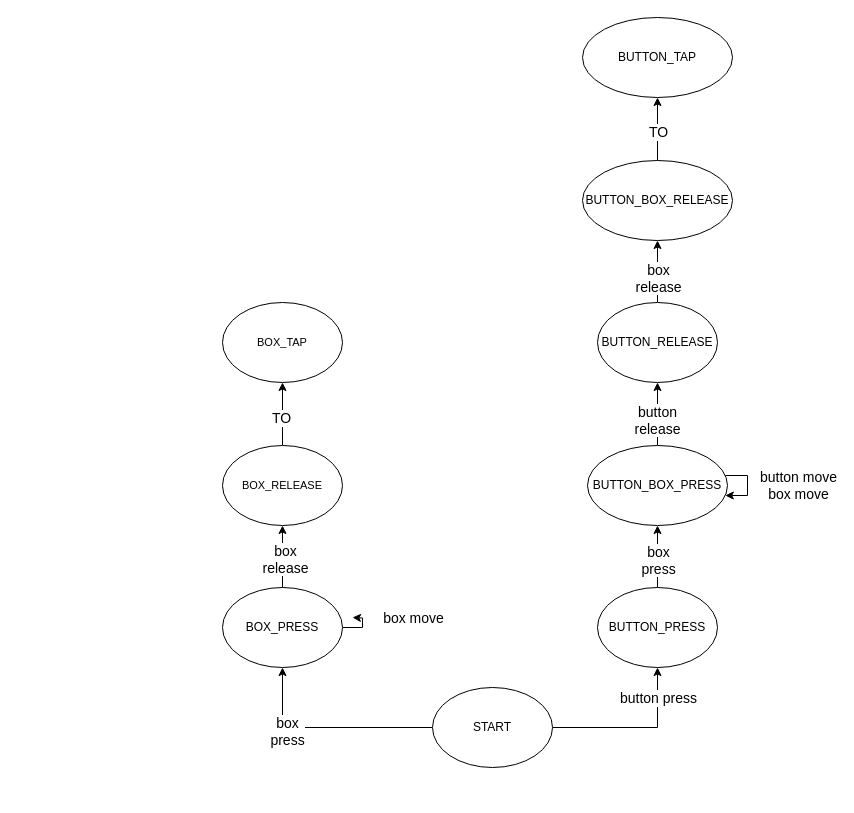
kushnertodd/android-adaptive-ui keeps this draw.io diagram as page "states-1" (1 of 5) of doc/screen.drawio. Above is the earlier version. Source tidied: cells renumbered, new cells numbered last; positions are measured from the earlier drawing's top-left corner, leaving out a move shared by most shapes. Both pictures are drawn from the tidied source at 100%, with x=0, y=0 at pixel (222, 17).
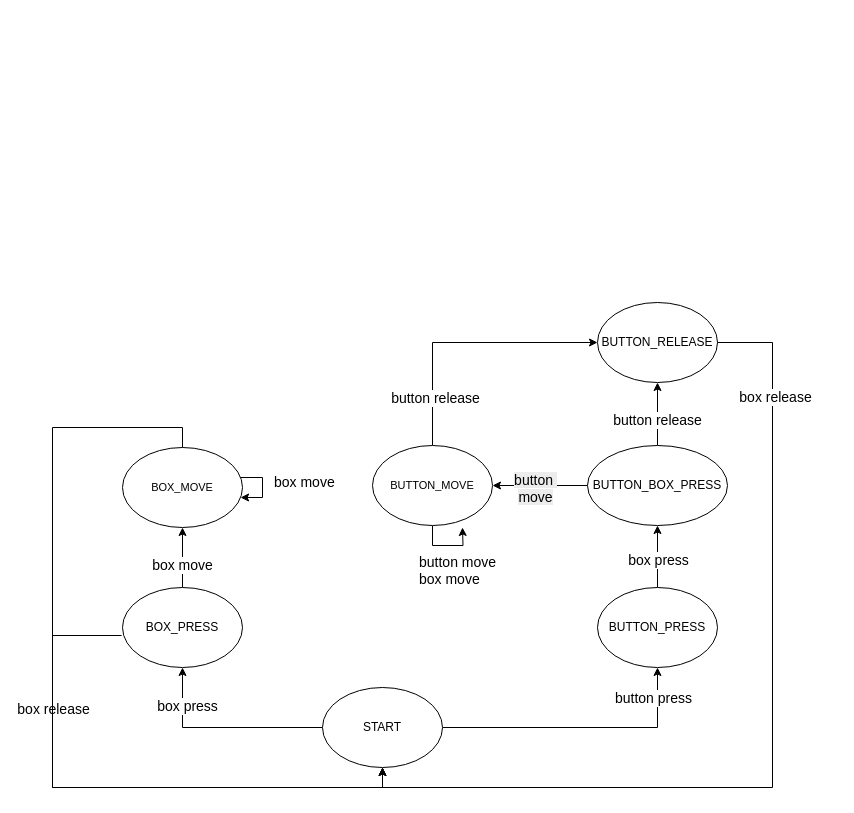
Above is the later version.

The change refers to these unchanged cells:
```xml
<mxCell id="2" style="edgeStyle=orthogonalEdgeStyle;rounded=0;jettySize=auto;html=1;" parent="1" edge="1" source="6" target="9">
  <mxGeometry relative="1" as="geometry" />
</mxCell>
<mxCell id="4" style="edgeStyle=orthogonalEdgeStyle;rounded=0;jettySize=auto;html=1;" parent="1" edge="1" source="6" target="17">
  <mxGeometry relative="1" as="geometry" />
</mxCell>
<mxCell id="7" style="edgeStyle=orthogonalEdgeStyle;rounded=0;jettySize=auto;html=1;" parent="1" edge="1" source="9" target="21">
  <mxGeometry relative="1" as="geometry" />
</mxCell>
<mxCell id="12" value="&lt;span style=&quot;text-align: left;&quot;&gt;BUTTON_RELEASE&lt;/span&gt;" style="ellipse;whiteSpace=wrap;html=1;" parent="1" vertex="1">
  <mxGeometry x="375" y="285" width="120" height="80" as="geometry" />
</mxCell>
<mxCell id="18" style="edgeStyle=orthogonalEdgeStyle;rounded=0;jettySize=auto;html=1;" parent="1" edge="1" source="21" target="12">
  <mxGeometry relative="1" as="geometry" />
</mxCell>
<mxCell id="21" value="&lt;font style=&quot;font-size: 12px;&quot;&gt;&lt;span style=&quot;text-align: left;&quot;&gt;&lt;font style=&quot;&quot;&gt;BUTTON_&lt;/font&gt;&lt;/span&gt;&lt;span style=&quot;text-align: left;&quot;&gt;BOX_&lt;/span&gt;&lt;span style=&quot;text-align: left;&quot;&gt;&lt;font style=&quot;&quot;&gt;PRESS&lt;/font&gt;&lt;/span&gt;&lt;/font&gt;" style="ellipse;whiteSpace=wrap;html=1;" parent="1" vertex="1">
  <mxGeometry x="365" y="428" width="140" height="80" as="geometry" />
</mxCell>
```

The edit, as a diff of the source:
```diff
@@
     <mxCell id="3" value="&lt;font style=&quot;font-size: 14px;&quot;&gt;button press&lt;/font&gt;" style="edgeLabel;html=1;align=center;verticalAlign=middle;" parent="2" vertex="1">
       <mxGeometry x="0.44" relative="1" as="geometry">
-        <mxPoint y="-16" as="offset" />
+        <mxPoint x="12" y="-30" as="offset" />
       </mxGeometry>
     </mxCell>
@@
-    <mxCell id="5" value="&lt;span style=&quot;font-size: 14px;&quot;&gt;box&lt;/span&gt;&lt;br style=&quot;font-size: 14px;&quot;&gt;&lt;span style=&quot;font-size: 14px;&quot;&gt;press&lt;/span&gt;" style="edgeLabel;html=1;align=center;verticalAlign=middle;" parent="4" vertex="1">
+    <mxCell id="5" value="&lt;span style=&quot;font-size: 14px;&quot;&gt;box&amp;nbsp;&lt;/span&gt;&lt;span style=&quot;font-size: 14px;&quot;&gt;press&lt;/span&gt;" style="edgeLabel;html=1;align=center;verticalAlign=middle;" parent="4" vertex="1">
       <mxGeometry x="0.5" y="-2" relative="1" as="geometry">
-        <mxPoint x="2" y="11" as="offset" />
+        <mxPoint x="2" y="-12" as="offset" />
       </mxGeometry>
     </mxCell>
     <mxCell id="6" value="&lt;span style=&quot;text-align: left;&quot;&gt;START&lt;/span&gt;" style="ellipse;whiteSpace=wrap;html=1;" parent="1" vertex="1">
-      <mxGeometry x="210" y="670" width="120" height="80" as="geometry" />
+      <mxGeometry x="100" y="670" width="120" height="80" as="geometry" />
     </mxCell>
@@
-    <mxCell id="8" value="&lt;span style=&quot;font-size: 14px;&quot;&gt;box&lt;br&gt;press&lt;/span&gt;" style="edgeLabel;html=1;align=center;verticalAlign=middle;" parent="7" vertex="1">
+    <mxCell id="8" value="&lt;span style=&quot;font-size: 14px;&quot;&gt;box press&lt;/span&gt;" style="edgeLabel;html=1;align=center;verticalAlign=middle;" parent="7" vertex="1">
       <mxGeometry x="-0.11" relative="1" as="geometry" />
     </mxCell>
@@
-    <mxCell id="10" style="edgeStyle=orthogonalEdgeStyle;rounded=0;jettySize=auto;html=1;" parent="1" edge="1" source="12" target="27">
-      <mxGeometry relative="1" as="geometry" />
-    </mxCell>
-    <mxCell id="11" value="&lt;span style=&quot;font-size: 14px;&quot;&gt;box&lt;br&gt;release&lt;/span&gt;" style="edgeLabel;html=1;align=center;verticalAlign=middle;" parent="10" vertex="1">
-      <mxGeometry x="-0.32" y="1" relative="1" as="geometry">
-        <mxPoint x="1" y="-4" as="offset" />
-      </mxGeometry>
-    </mxCell>
@@
-    <mxCell id="13" style="edgeStyle=orthogonalEdgeStyle;rounded=0;jettySize=auto;html=1;" parent="1" edge="1" source="17" target="24">
-      <mxGeometry relative="1" as="geometry" />
-    </mxCell>
-    <mxCell id="14" value="&lt;span style=&quot;font-size: 14px;&quot;&gt;box&lt;/span&gt;&lt;br style=&quot;font-size: 14px;&quot;&gt;&lt;span style=&quot;font-size: 14px;&quot;&gt;release&lt;/span&gt;" style="edgeLabel;html=1;align=center;verticalAlign=middle;" parent="13" vertex="1">
-      <mxGeometry x="-0.07" y="-2" relative="1" as="geometry" />
-    </mxCell>
-    <mxCell id="15" style="edgeStyle=orthogonalEdgeStyle;rounded=0;jettySize=auto;html=1;" parent="1" edge="1" source="17">
-      <mxGeometry relative="1" as="geometry">
-        <mxPoint x="130" y="600" as="targetPoint" />
-      </mxGeometry>
-    </mxCell>
+    <mxCell id="32" style="edgeStyle=orthogonalEdgeStyle;rounded=0;jettySize=auto;html=1;" parent="1" edge="1" source="17" target="40">
+      <mxGeometry relative="1" as="geometry" />
+    </mxCell>
-    <mxCell id="16" value="&lt;span style=&quot;font-size: 14px;&quot;&gt;box move&lt;/span&gt;" style="edgeLabel;html=1;align=center;verticalAlign=middle;" parent="15" vertex="1">
-      <mxGeometry x="-0.03" relative="1" as="geometry">
-        <mxPoint x="51" y="-10" as="offset" />
-      </mxGeometry>
+    <mxCell id="16" value="&lt;span style=&quot;font-size: 14px;&quot;&gt;box move&lt;/span&gt;" style="edgeLabel;html=1;align=center;verticalAlign=middle;" parent="32" vertex="1">
+      <mxGeometry x="-0.25" y="1" relative="1" as="geometry" />
     </mxCell>
     <mxCell id="17" value="&lt;span style=&quot;text-align: left;&quot;&gt;BOX_PRESS&lt;/span&gt;" style="ellipse;whiteSpace=wrap;html=1;" parent="1" vertex="1">
-      <mxGeometry y="570" width="120" height="80" as="geometry" />
+      <mxGeometry x="-100" y="570" width="120" height="80" as="geometry" />
     </mxCell>
@@
-    <mxCell id="19" value="&lt;span style=&quot;font-size: 14px;&quot;&gt;button&lt;br&gt;release&lt;/span&gt;" style="edgeLabel;html=1;align=center;verticalAlign=middle;" parent="18" vertex="1">
+    <mxCell id="19" value="&lt;span style=&quot;font-size: 14px;&quot;&gt;button release&lt;/span&gt;" style="edgeLabel;html=1;align=center;verticalAlign=middle;" parent="18" vertex="1">
       <mxGeometry x="-0.16" y="1" relative="1" as="geometry" />
     </mxCell>
@@
+    <mxCell id="33" style="edgeStyle=orthogonalEdgeStyle;rounded=0;jettySize=auto;html=1;entryX=1;entryY=0.5;entryDx=0;entryDy=0;" parent="1" edge="1" source="21" target="46">
+      <mxGeometry relative="1" as="geometry" />
+    </mxCell>
+    <mxCell id="34" value="&lt;span style=&quot;font-size: 14px; background-color: rgb(236, 236, 236);&quot;&gt;button&amp;nbsp;&lt;/span&gt;&lt;div&gt;&lt;span style=&quot;font-size: 14px; background-color: rgb(236, 236, 236);&quot;&gt;move&lt;/span&gt;&lt;/div&gt;" style="edgeLabel;html=1;align=center;verticalAlign=middle;" parent="33" vertex="1">
+      <mxGeometry x="0.12" y="2" relative="1" as="geometry" />
+    </mxCell>
@@
-    <mxCell id="22" style="edgeStyle=orthogonalEdgeStyle;rounded=0;jettySize=auto;html=1;" parent="1" edge="1" source="24" target="29">
-      <mxGeometry relative="1" as="geometry" />
-    </mxCell>
-    <mxCell id="23" value="&lt;span style=&quot;font-size: 14px;&quot;&gt;TO&lt;/span&gt;" style="edgeLabel;html=1;align=center;verticalAlign=middle;" parent="22" vertex="1">
-      <mxGeometry x="-0.12" y="2" relative="1" as="geometry" />
-    </mxCell>
-    <mxCell id="24" value="&lt;span style=&quot;text-align: left;&quot;&gt;&lt;font style=&quot;font-size: 11px;&quot;&gt;BOX_RELEASE&lt;/font&gt;&lt;/span&gt;" style="ellipse;whiteSpace=wrap;html=1;" parent="1" vertex="1">
-      <mxGeometry y="428" width="120" height="80" as="geometry" />
-    </mxCell>
-    <mxCell id="25" style="edgeStyle=orthogonalEdgeStyle;rounded=0;jettySize=auto;html=1;" parent="1" edge="1" source="27" target="28">
-      <mxGeometry relative="1" as="geometry" />
-    </mxCell>
-    <mxCell id="26" value="&lt;span style=&quot;font-size: 14px;&quot;&gt;TO&lt;/span&gt;" style="edgeLabel;html=1;align=center;verticalAlign=middle;" parent="25" vertex="1">
-      <mxGeometry x="-0.08" relative="1" as="geometry" />
-    </mxCell>
-    <mxCell id="27" value="&lt;font style=&quot;font-size: 12px;&quot;&gt;&lt;span style=&quot;text-align: left;&quot;&gt;&lt;font style=&quot;&quot;&gt;BUTTON_&lt;/font&gt;&lt;/span&gt;&lt;span style=&quot;text-align: left;&quot;&gt;BOX_&lt;/span&gt;&lt;span style=&quot;text-align: left;&quot;&gt;&lt;font style=&quot;&quot;&gt;RELEASE&lt;/font&gt;&lt;/span&gt;&lt;/font&gt;" style="ellipse;whiteSpace=wrap;html=1;" parent="1" vertex="1">
-      <mxGeometry x="360" y="143" width="150" height="80" as="geometry" />
-    </mxCell>
-    <mxCell id="28" value="&lt;font style=&quot;font-size: 12px;&quot;&gt;&lt;span style=&quot;text-align: left;&quot;&gt;&lt;font style=&quot;&quot;&gt;BUTTON_TAP&lt;/font&gt;&lt;/span&gt;&lt;/font&gt;" style="ellipse;whiteSpace=wrap;html=1;" parent="1" vertex="1">
-      <mxGeometry x="360" width="150" height="80" as="geometry" />
-    </mxCell>
-    <mxCell id="29" value="&lt;span style=&quot;text-align: left;&quot;&gt;&lt;font style=&quot;font-size: 11px;&quot;&gt;BOX_TAP&lt;/font&gt;&lt;/span&gt;" style="ellipse;whiteSpace=wrap;html=1;" parent="1" vertex="1">
-      <mxGeometry y="285" width="120" height="80" as="geometry" />
-    </mxCell>
-    <mxCell id="30" style="edgeStyle=orthogonalEdgeStyle;rounded=0;orthogonalLoop=1;jettySize=auto;html=1;" parent="1" edge="1" source="21" target="21">
-      <mxGeometry relative="1" as="geometry" />
-    </mxCell>
+    <mxCell id="35" style="edgeStyle=orthogonalEdgeStyle;rounded=0;jettySize=auto;html=1;entryX=0.5;entryY=1;entryDx=0;entryDy=0;exitX=-0.008;exitY=0.6;exitDx=0;exitDy=0;exitPerimeter=0;" parent="1" edge="1" source="17" target="6">
+      <mxGeometry relative="1" as="geometry">
+        <Array as="points">
+          <mxPoint x="-170" y="618" />
+          <mxPoint x="-170" y="770" />
+          <mxPoint x="160" y="770" />
+        </Array>
+      </mxGeometry>
+    </mxCell>
+    <mxCell id="36" value="&lt;span style=&quot;font-size: 14px;&quot;&gt;box&amp;nbsp;&lt;/span&gt;&lt;span style=&quot;font-size: 14px;&quot;&gt;release&lt;/span&gt;" style="edgeLabel;html=1;align=center;verticalAlign=middle;" parent="35" vertex="1">
+      <mxGeometry x="-0.5" relative="1" as="geometry" />
+    </mxCell>
+    <mxCell id="37" style="edgeStyle=orthogonalEdgeStyle;rounded=0;jettySize=auto;html=1;entryX=0.5;entryY=1;entryDx=0;entryDy=0;exitX=1;exitY=0.5;exitDx=0;exitDy=0;" parent="1" edge="1" source="12" target="6">
+      <mxGeometry relative="1" as="geometry">
+        <Array as="points">
+          <mxPoint x="550" y="325" />
+          <mxPoint x="550" y="770" />
+          <mxPoint x="160" y="770" />
+        </Array>
+      </mxGeometry>
+    </mxCell>
+    <mxCell id="38" value="&lt;span style=&quot;font-size: 14px;&quot;&gt;box release&lt;/span&gt;" style="edgeLabel;html=1;align=center;verticalAlign=middle;" parent="37" vertex="1">
+      <mxGeometry x="-0.76" y="2" relative="1" as="geometry" />
+    </mxCell>
+    <mxCell id="39" style="edgeStyle=orthogonalEdgeStyle;rounded=0;jettySize=auto;html=1;exitX=0.5;exitY=0;exitDx=0;exitDy=0;entryX=0.5;entryY=1;entryDx=0;entryDy=0;" parent="1" edge="1" source="40" target="6">
+      <mxGeometry relative="1" as="geometry">
+        <Array as="points">
+          <mxPoint x="-40" y="410" />
+          <mxPoint x="-170" y="410" />
+          <mxPoint x="-170" y="770" />
+          <mxPoint x="160" y="770" />
+        </Array>
+      </mxGeometry>
+    </mxCell>
+    <mxCell id="40" value="&lt;span style=&quot;text-align: left;&quot;&gt;&lt;font style=&quot;font-size: 11px;&quot;&gt;BOX_MOVE&lt;/font&gt;&lt;/span&gt;" style="ellipse;whiteSpace=wrap;html=1;" parent="1" vertex="1">
+      <mxGeometry x="-100" y="430" width="120" height="80" as="geometry" />
+    </mxCell>
+    <mxCell id="41" style="edgeStyle=orthogonalEdgeStyle;rounded=0;orthogonalLoop=1;jettySize=auto;html=1;" parent="1" edge="1" source="40" target="40">
+      <mxGeometry relative="1" as="geometry" />
+    </mxCell>
+    <mxCell id="42" value="&lt;span style=&quot;color: rgb(0, 0, 0); font-family: Helvetica; font-size: 14px; font-style: normal; font-variant-ligatures: normal; font-variant-caps: normal; font-weight: 400; letter-spacing: normal; orphans: 2; text-align: center; text-indent: 0px; text-transform: none; widows: 2; word-spacing: 0px; -webkit-text-stroke-width: 0px; white-space: nowrap; background-color: rgb(255, 255, 255); text-decoration-thickness: initial; text-decoration-style: initial; text-decoration-color: initial; display: inline !important; float: none;&quot;&gt;box move&lt;/span&gt;" style="text;whiteSpace=wrap;html=1;" parent="1" vertex="1">
+      <mxGeometry x="50" y="450" width="90" height="40" as="geometry" />
+    </mxCell>
-    <mxCell id="31" value="&lt;span style=&quot;font-size: 14px;&quot;&gt;button move&lt;/span&gt;&lt;br style=&quot;font-size: 14px;&quot;&gt;&lt;span style=&quot;font-size: 14px;&quot;&gt;box move&lt;/span&gt;" style="edgeLabel;html=1;align=center;verticalAlign=middle;" parent="30" vertex="1">
-      <mxGeometry x="0.19" y="-2" relative="1" as="geometry">
-        <mxPoint x="52" y="-6" as="offset" />
-      </mxGeometry>
+    <mxCell id="31" value="&lt;span style=&quot;forced-color-adjust: none; color: rgb(0, 0, 0); font-family: Helvetica; font-style: normal; font-variant-ligatures: normal; font-variant-caps: normal; font-weight: 400; letter-spacing: normal; orphans: 2; text-align: center; text-indent: 0px; text-transform: none; widows: 2; word-spacing: 0px; -webkit-text-stroke-width: 0px; white-space: nowrap; text-decoration-thickness: initial; text-decoration-style: initial; text-decoration-color: initial; font-size: 14px;&quot;&gt;button move&lt;/span&gt;&lt;br style=&quot;forced-color-adjust: none; color: rgb(0, 0, 0); font-family: Helvetica; font-style: normal; font-variant-ligatures: normal; font-variant-caps: normal; font-weight: 400; letter-spacing: normal; orphans: 2; text-align: center; text-indent: 0px; text-transform: none; widows: 2; word-spacing: 0px; -webkit-text-stroke-width: 0px; white-space: nowrap; text-decoration-thickness: initial; text-decoration-style: initial; text-decoration-color: initial; font-size: 14px;&quot;&gt;&lt;span style=&quot;forced-color-adjust: none; color: rgb(0, 0, 0); font-family: Helvetica; font-style: normal; font-variant-ligatures: normal; font-variant-caps: normal; font-weight: 400; letter-spacing: normal; orphans: 2; text-align: center; text-indent: 0px; text-transform: none; widows: 2; word-spacing: 0px; -webkit-text-stroke-width: 0px; white-space: nowrap; text-decoration-thickness: initial; text-decoration-style: initial; text-decoration-color: initial; font-size: 14px;&quot;&gt;box move&lt;/span&gt;" style="text;whiteSpace=wrap;html=1;" parent="1" vertex="1">
+      <mxGeometry x="195" y="530" width="80" height="40" as="geometry" />
     </mxCell>
+    <mxCell id="43" style="edgeStyle=orthogonalEdgeStyle;rounded=0;jettySize=auto;html=1;exitX=0.5;exitY=0;exitDx=0;exitDy=0;entryX=0;entryY=0.5;entryDx=0;entryDy=0;" parent="1" edge="1" source="46" target="12">
+      <mxGeometry relative="1" as="geometry" />
+    </mxCell>
+    <mxCell id="44" value="&lt;span style=&quot;font-size: 14px;&quot;&gt;button release&lt;/span&gt;" style="edgeLabel;html=1;align=center;verticalAlign=middle;" parent="43" vertex="1">
+      <mxGeometry x="-0.64" y="-2" relative="1" as="geometry" />
+    </mxCell>
+    <mxCell id="45" style="edgeStyle=orthogonalEdgeStyle;rounded=0;jettySize=auto;html=1;" parent="1" edge="1" source="46">
+      <mxGeometry relative="1" as="geometry">
+        <mxPoint x="240" y="510" as="targetPoint" />
+      </mxGeometry>
+    </mxCell>
+    <mxCell id="46" value="&lt;span style=&quot;text-align: left;&quot;&gt;&lt;font style=&quot;font-size: 11px;&quot;&gt;BUTTON_MOVE&lt;/font&gt;&lt;/span&gt;" style="ellipse;whiteSpace=wrap;html=1;" parent="1" vertex="1">
+      <mxGeometry x="150" y="428" width="120" height="80" as="geometry" />
+    </mxCell>
```
